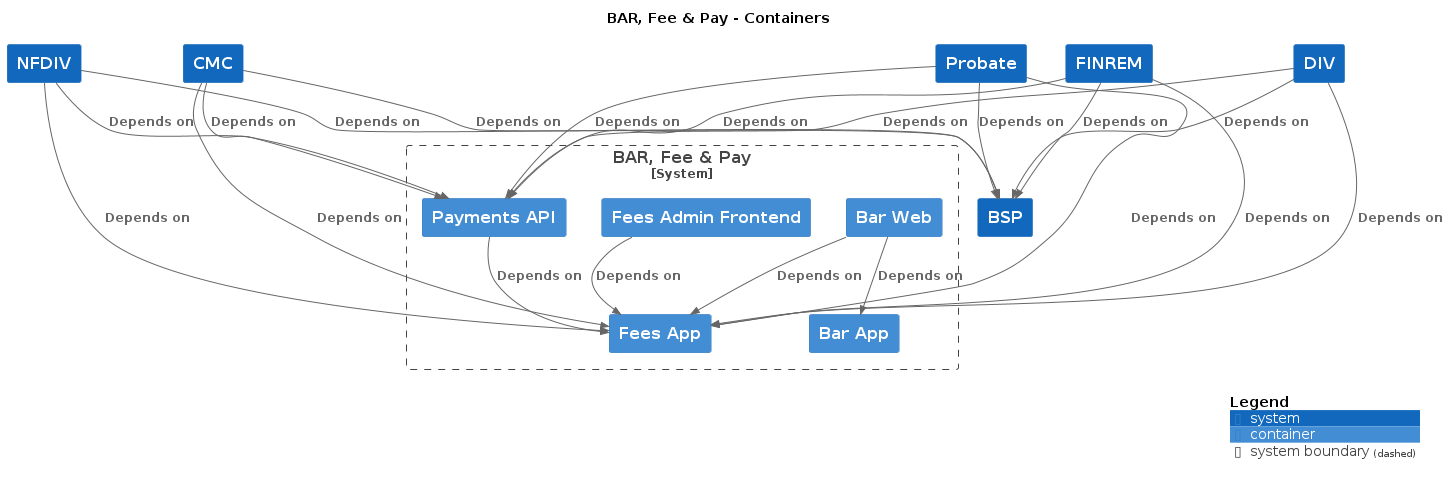
Earlier version of the PlantUML export docs/c4/bar_fee__pay/images/structurizr-bar_fee__pay-overview.png (hmcts/cnp-api-docs).
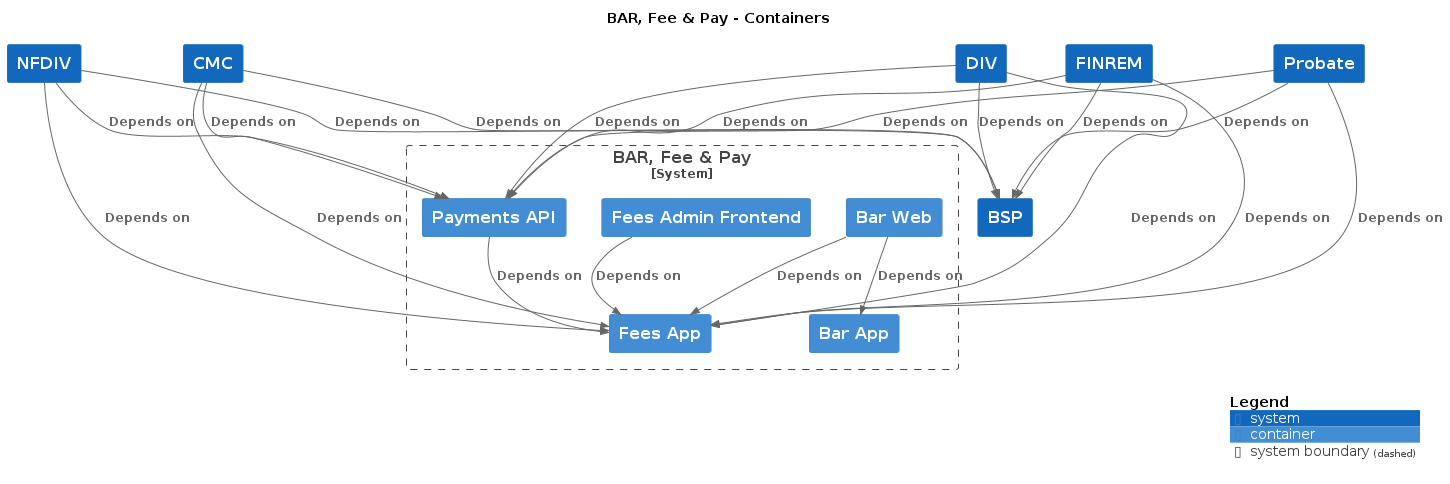
Above is the later version.

The edit, as a diff of the source:
```diff
@@ -12,8 +12,8 @@
 System(CMC, "CMC", $descr="", $tags="", $link="")
 System(NFDIV, "NFDIV", $descr="", $tags="", $link="")
 System(FINREM, "FINREM", $descr="", $tags="", $link="")
+System(Probate, "Probate", $descr="", $tags="", $link="")
 System(DIV, "DIV", $descr="", $tags="", $link="")
-System(Probate, "Probate", $descr="", $tags="", $link="")
 
 System_Boundary("BARFeePay_boundary", "BAR, Fee & Pay", $tags="") {
   Container(BARFeePay.BarWeb, "Bar Web", $techn="", $descr="", $tags="", $link="")
```
